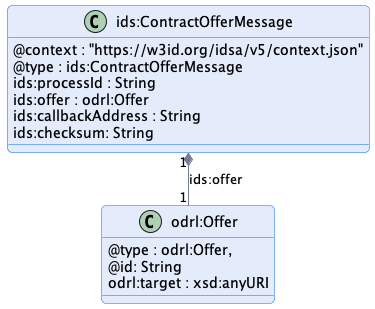
International-Data-Spaces-Association/ids-specification keeps this PlantUML diagram as negotiation/message/diagram/contract-offer-message.png. Above is the earlier version.
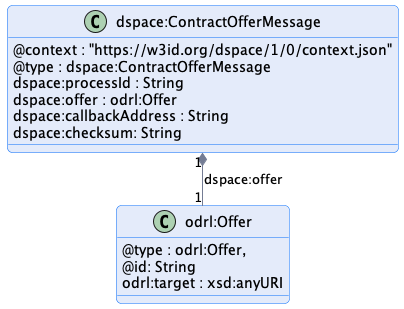
The same file after the commit.

Change to the diagram source:
```diff
@@ -6,13 +6,13 @@
 hide empty description
 
 
-class "ids:ContractOfferMessage" {
-    @context : "https://w3id.org/idsa/v5/context.json"
-    @type : ids:ContractOfferMessage
-    ids:processId : String
-    ids:offer : odrl:Offer
-    ids:callbackAddress : String
-    ids:checksum: String
+class "dspace:ContractOfferMessage" {
+    @context : "https://w3id.org/dspace/1/0/context.json"
+    @type : dspace:ContractOfferMessage
+    dspace:processId : String
+    dspace:offer : odrl:Offer
+    dspace:callbackAddress : String
+    dspace:checksum: String
 }
 
 class odrl:Offer {
@@ -21,6 +21,6 @@
     odrl:target : xsd:anyURI
 }
 
-"ids:ContractOfferMessage" "1" *-- "1" "odrl:Offer" : "ids:offer"
+"dspace:ContractOfferMessage" "1" *-- "1" "odrl:Offer" : "dspace:offer"
 
 @enduml
```
